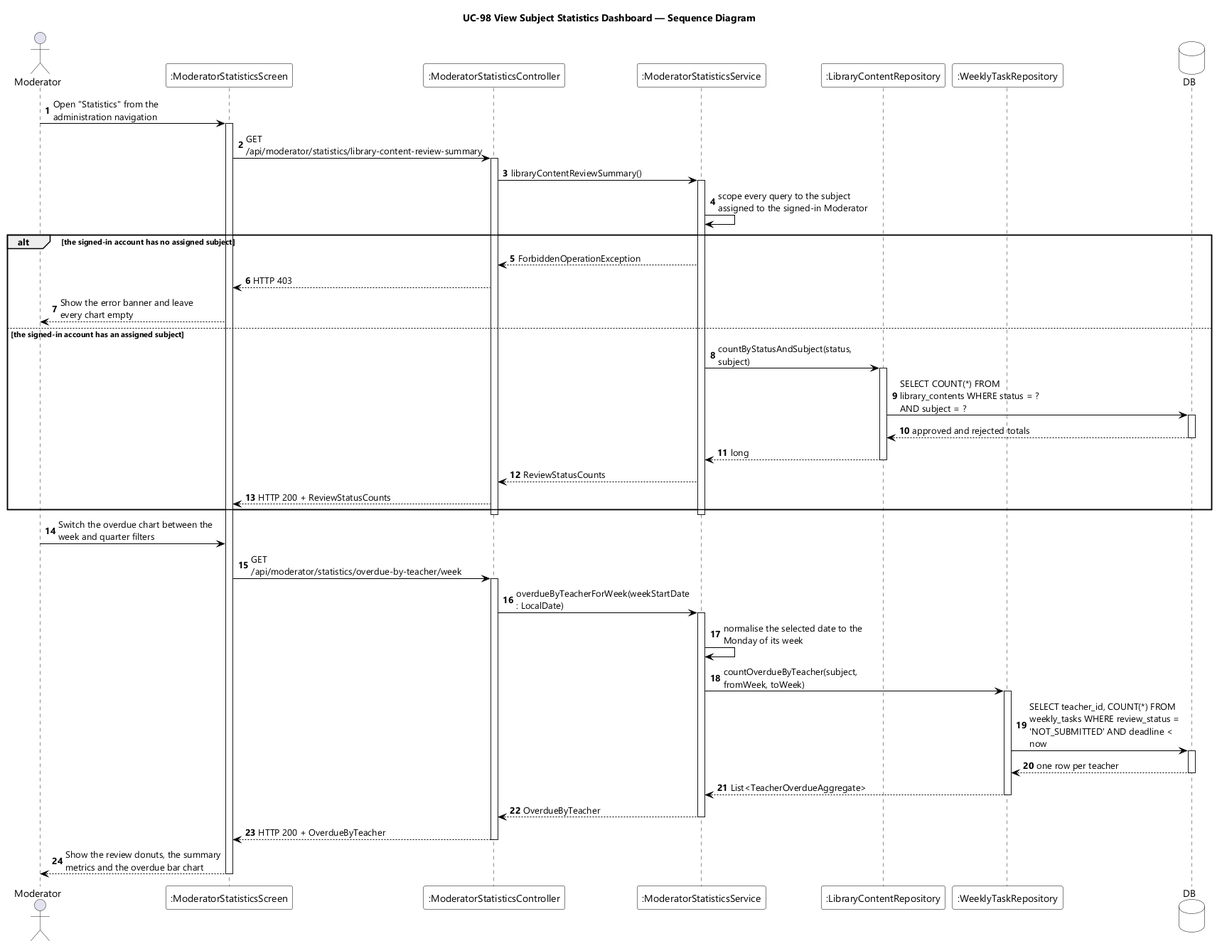
This is designs/sds-diagrams/uc98/uc98-sequence-diagram.png from EduA-system/EduA-system, a PlantUML export, as it was before one commit.
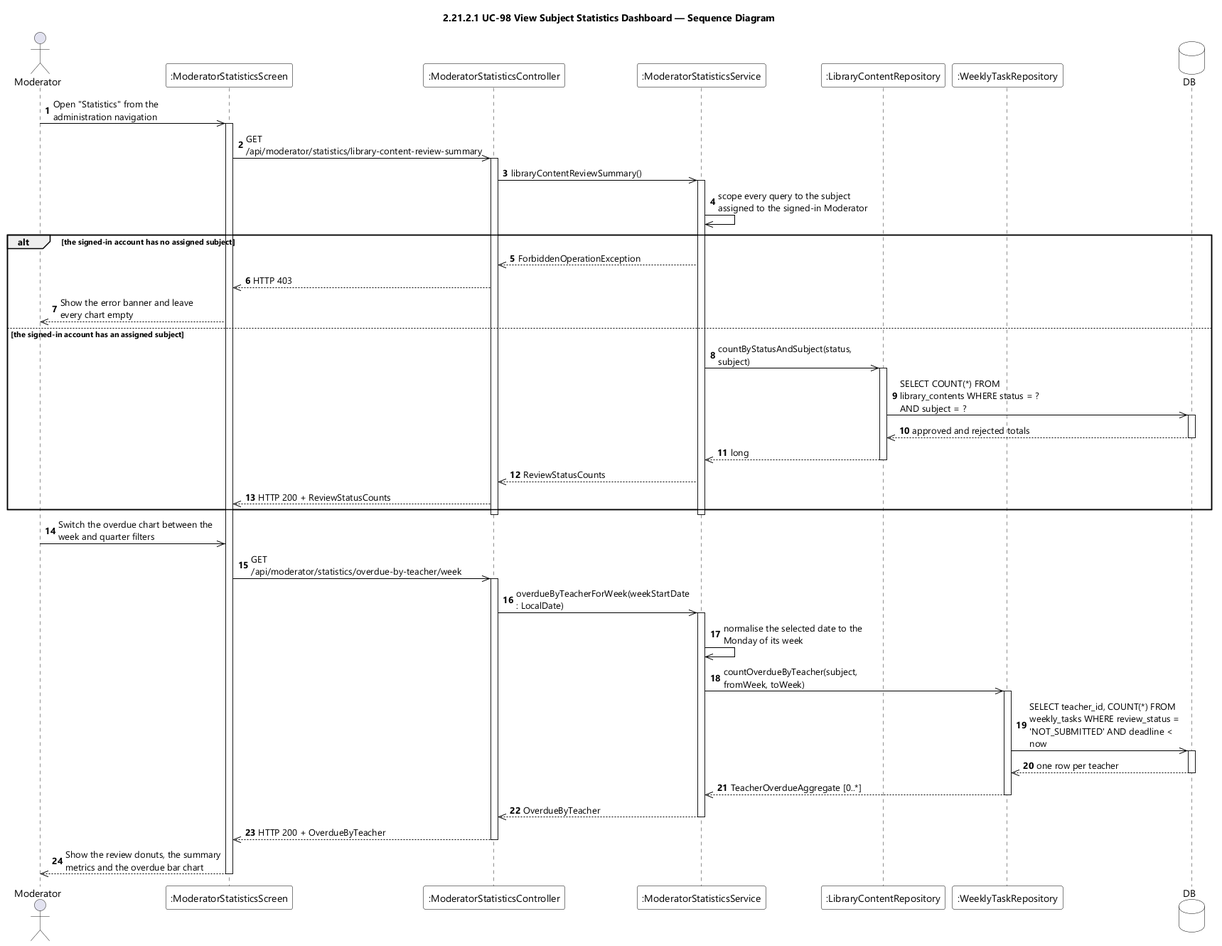
After the commit.

The edit, as a diff of the source:
```diff
@@ -9,7 +9,7 @@
 skinparam ArrowColor #000000
 skinparam sequenceMessageAlign left
 skinparam maxMessageSize 220
-title UC-98 View Subject Statistics Dashboard — Sequence Diagram
+title 2.21.2.1 UC-98 View Subject Statistics Dashboard — Sequence Diagram
 
 actor Moderator
 participant ":ModeratorStatisticsScreen" as UI
@@ -20,51 +20,51 @@
 database DB
 
 autonumber
-Moderator -> UI : Open "Statistics" from the administration navigation
+Moderator ->> UI : Open "Statistics" from the administration navigation
 activate UI
-UI -> CTL : GET /api/moderator/statistics/library-content-review-summary
+UI ->> CTL : GET /api/moderator/statistics/library-content-review-summary
 activate CTL
-CTL -> SVC : libraryContentReviewSummary()
+CTL ->> SVC : libraryContentReviewSummary()
 activate SVC
-SVC -> SVC : scope every query to the subject assigned to the signed-in Moderator
+SVC ->> SVC : scope every query to the subject assigned to the signed-in Moderator
 
 alt the signed-in account has no assigned subject
-  SVC --> CTL : ForbiddenOperationException
-  CTL --> UI : HTTP 403
-  UI --> Moderator : Show the error banner and leave every chart empty
+  SVC -->> CTL : ForbiddenOperationException
+  CTL -->> UI : HTTP 403
+  UI -->> Moderator : Show the error banner and leave every chart empty
 else the signed-in account has an assigned subject
-  SVC -> HUB : countByStatusAndSubject(status, subject)
+  SVC ->> HUB : countByStatusAndSubject(status, subject)
   activate HUB
-  HUB -> DB : SELECT COUNT(*) FROM library_contents WHERE status = ? AND subject = ?
+  HUB ->> DB : SELECT COUNT(*) FROM library_contents WHERE status = ? AND subject = ?
   activate DB
-  DB --> HUB : approved and rejected totals
+  DB -->> HUB : approved and rejected totals
   deactivate DB
-  HUB --> SVC : long
+  HUB -->> SVC : long
   deactivate HUB
-  SVC --> CTL : ReviewStatusCounts
-  CTL --> UI : HTTP 200 + ReviewStatusCounts
+  SVC -->> CTL : ReviewStatusCounts
+  CTL -->> UI : HTTP 200 + ReviewStatusCounts
 end
 deactivate SVC
 deactivate CTL
 
-Moderator -> UI : Switch the overdue chart between the week and quarter filters
-UI -> CTL : GET /api/moderator/statistics/overdue-by-teacher/week
+Moderator ->> UI : Switch the overdue chart between the week and quarter filters
+UI ->> CTL : GET /api/moderator/statistics/overdue-by-teacher/week
 activate CTL
-CTL -> SVC : overdueByTeacherForWeek(weekStartDate : LocalDate)
+CTL ->> SVC : overdueByTeacherForWeek(weekStartDate : LocalDate)
 activate SVC
-SVC -> SVC : normalise the selected date to the Monday of its week
-SVC -> TASKS : countOverdueByTeacher(subject, fromWeek, toWeek)
+SVC ->> SVC : normalise the selected date to the Monday of its week
+SVC ->> TASKS : countOverdueByTeacher(subject, fromWeek, toWeek)
 activate TASKS
-TASKS -> DB : SELECT teacher_id, COUNT(*) FROM weekly_tasks WHERE review_status = 'NOT_SUBMITTED' AND deadline < now
+TASKS ->> DB : SELECT teacher_id, COUNT(*) FROM weekly_tasks WHERE review_status = 'NOT_SUBMITTED' AND deadline < now
 activate DB
-DB --> TASKS : one row per teacher
+DB -->> TASKS : one row per teacher
 deactivate DB
-TASKS --> SVC : List<TeacherOverdueAggregate>
+TASKS -->> SVC : TeacherOverdueAggregate [0..*]
 deactivate TASKS
-SVC --> CTL : OverdueByTeacher
+SVC -->> CTL : OverdueByTeacher
 deactivate SVC
-CTL --> UI : HTTP 200 + OverdueByTeacher
+CTL -->> UI : HTTP 200 + OverdueByTeacher
 deactivate CTL
-UI --> Moderator : Show the review donuts, the summary metrics and the overdue bar chart
+UI -->> Moderator : Show the review donuts, the summary metrics and the overdue bar chart
 deactivate UI
 @enduml
```
